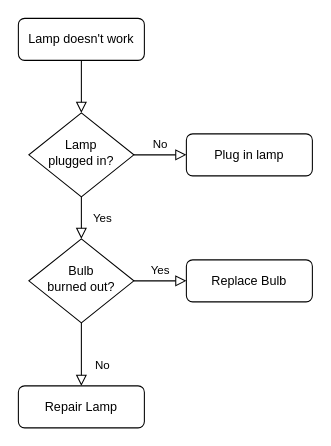
Above: Untitled Diagram.drawio in najibulrehmanmalik/flowcharts (draw.io), before the change. Source tidied: cells renumbered, new cells numbered last; positions are measured from the earlier drawing's top-left corner, leaving out a move shared by most shapes. Both pictures are drawn from the tidied source at 105%, with x=0, y=0 at pixel (18, 18).
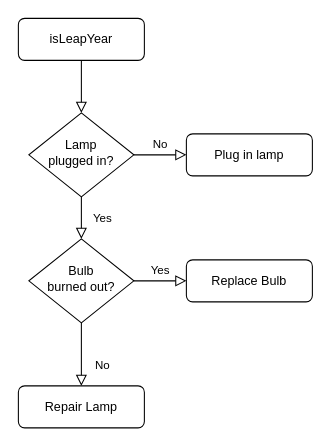
After the change.

Change to the diagram source:
```diff
@@
 <mxGraphModel>
   <root>
     <mxCell id="0" />
     <mxCell id="1" parent="0" />
     <mxCell id="2" style="rounded=0;html=1;jettySize=auto;fontSize=11;endArrow=block;endFill=0;endSize=8;strokeWidth=1;shadow=0;labelBackgroundColor=none;edgeStyle=orthogonalEdgeStyle;" parent="1" edge="1" source="3" target="6">
       <mxGeometry relative="1" as="geometry" />
     </mxCell>
-    <mxCell id="3" value="Lamp doesn't work" style="rounded=1;whiteSpace=wrap;html=1;fontSize=12;glass=0;strokeWidth=1;shadow=0;" parent="1" vertex="1">
+    <mxCell id="3" value="isLeapYear" style="rounded=1;whiteSpace=wrap;html=1;fontSize=12;glass=0;strokeWidth=1;shadow=0;" parent="1" vertex="1">
       <mxGeometry width="120" height="40" as="geometry" />
     </mxCell>
     <mxCell id="4" value="Yes" style="rounded=0;html=1;jettySize=auto;fontSize=11;endArrow=block;endFill=0;endSize=8;strokeWidth=1;shadow=0;labelBackgroundColor=none;edgeStyle=orthogonalEdgeStyle;" parent="1" edge="1" source="6" target="10">
       <mxGeometry y="20" relative="1" as="geometry" />
     </mxCell>
     <mxCell id="5" value="No" style="edgeStyle=orthogonalEdgeStyle;rounded=0;html=1;jettySize=auto;fontSize=11;endArrow=block;endFill=0;endSize=8;strokeWidth=1;shadow=0;labelBackgroundColor=none;" parent="1" edge="1" source="6" target="7">
       <mxGeometry y="10" relative="1" as="geometry" />
     </mxCell>
     <mxCell id="6" value="Lamp&lt;br&gt;plugged in?" style="rhombus;whiteSpace=wrap;html=1;shadow=0;fontFamily=Helvetica;fontSize=12;align=center;strokeWidth=1;spacing=6;spacingTop=-4;" parent="1" vertex="1">
       <mxGeometry x="10" y="90" width="100" height="80" as="geometry" />
     </mxCell>
     <mxCell id="7" value="Plug in lamp" style="rounded=1;whiteSpace=wrap;html=1;fontSize=12;glass=0;strokeWidth=1;shadow=0;" parent="1" vertex="1">
       <mxGeometry x="160" y="110" width="120" height="40" as="geometry" />
     </mxCell>
     <mxCell id="8" value="No" style="rounded=0;html=1;jettySize=auto;fontSize=11;endArrow=block;endFill=0;endSize=8;strokeWidth=1;shadow=0;labelBackgroundColor=none;edgeStyle=orthogonalEdgeStyle;" parent="1" edge="1" source="10" target="11">
       <mxGeometry x="0.33" y="20" relative="1" as="geometry" />
     </mxCell>
     <mxCell id="9" value="Yes" style="edgeStyle=orthogonalEdgeStyle;rounded=0;html=1;jettySize=auto;fontSize=11;endArrow=block;endFill=0;endSize=8;strokeWidth=1;shadow=0;labelBackgroundColor=none;" parent="1" edge="1" source="10" target="12">
       <mxGeometry y="10" relative="1" as="geometry" />
     </mxCell>
     <mxCell id="10" value="Bulb&lt;br&gt;burned out?" style="rhombus;whiteSpace=wrap;html=1;shadow=0;fontFamily=Helvetica;fontSize=12;align=center;strokeWidth=1;spacing=6;spacingTop=-4;" parent="1" vertex="1">
       <mxGeometry x="10" y="210" width="100" height="80" as="geometry" />
     </mxCell>
     <mxCell id="11" value="Repair Lamp" style="rounded=1;whiteSpace=wrap;html=1;fontSize=12;glass=0;strokeWidth=1;shadow=0;" parent="1" vertex="1">
       <mxGeometry y="350" width="120" height="40" as="geometry" />
     </mxCell>
     <mxCell id="12" value="Replace Bulb" style="rounded=1;whiteSpace=wrap;html=1;fontSize=12;glass=0;strokeWidth=1;shadow=0;" parent="1" vertex="1">
       <mxGeometry x="160" y="230" width="120" height="40" as="geometry" />
     </mxCell>
   </root>
 </mxGraphModel>
```
